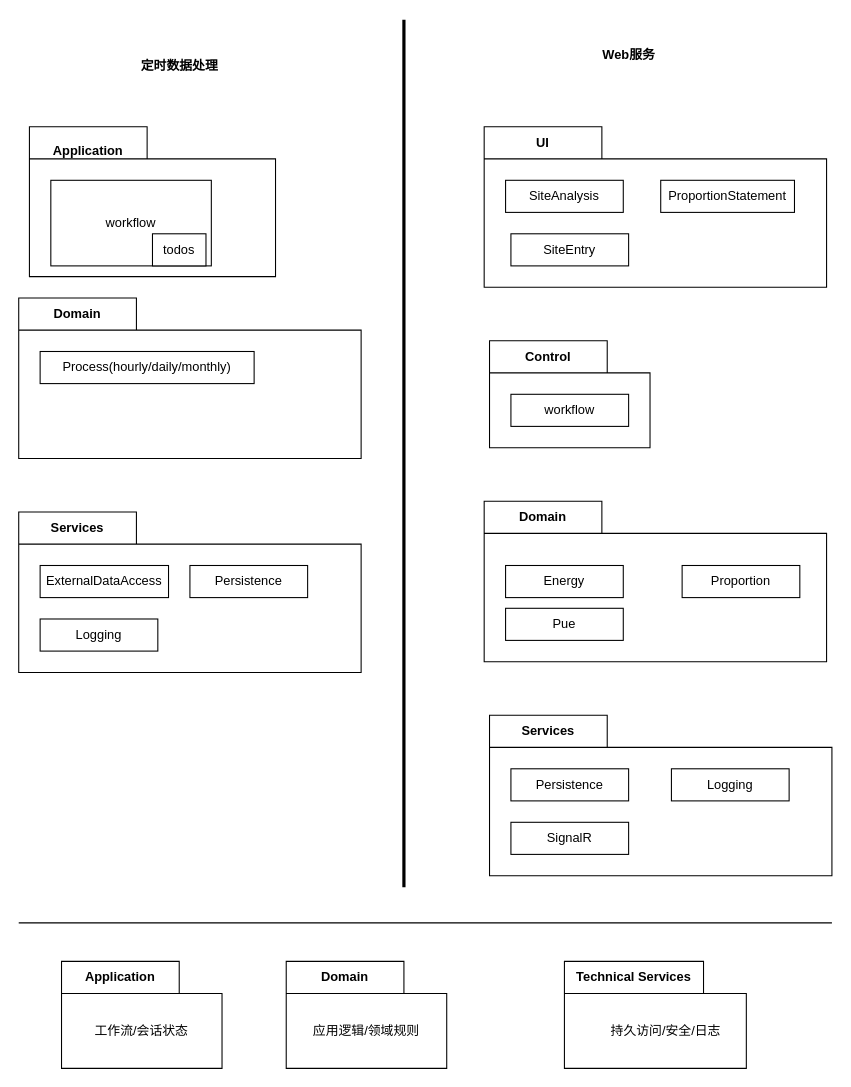
Earlier version of the draw.io diagram page "包图" (3 of 15) of doc/proj/PUE.drawio (ThinkingAgain/PueProject). Source tidied: cells renumbered, new cells numbered last; positions are measured from the earlier drawing's top-left corner, leaving out a move shared by most shapes. Both pictures are drawn from the tidied source at 107%, with x=0, y=0 at pixel (18, 19).
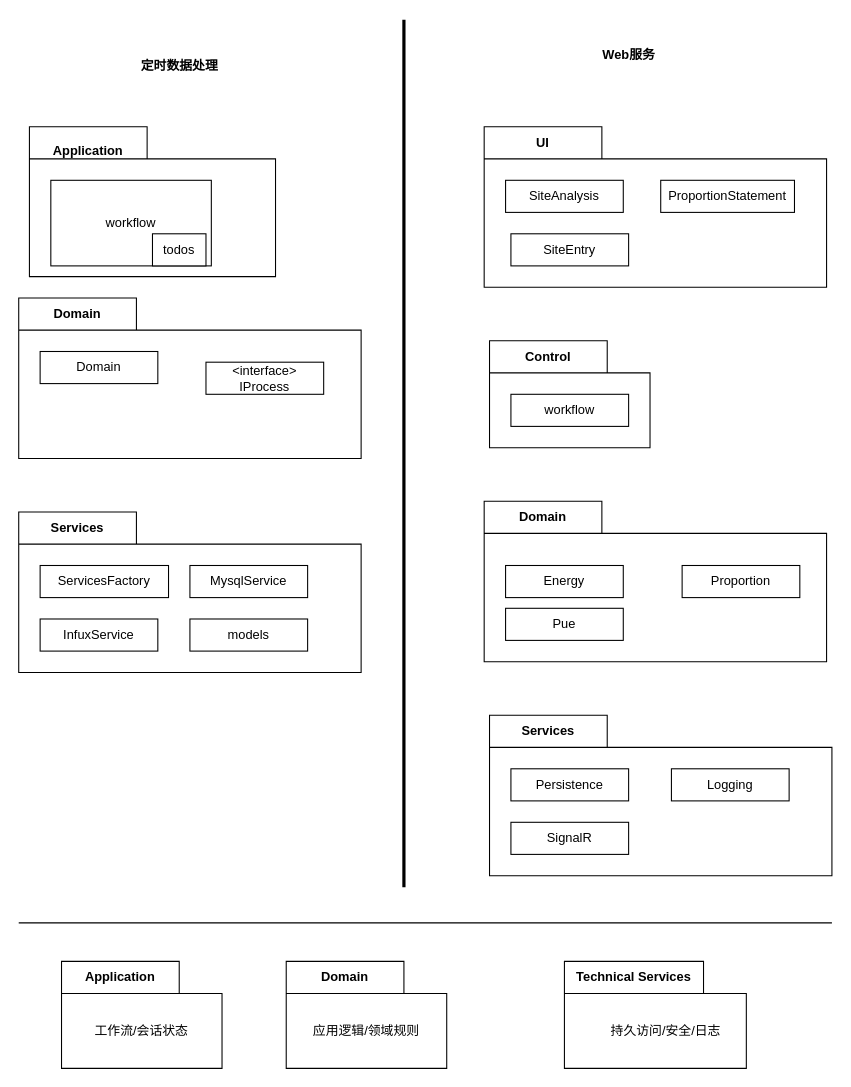
The same diagram, later.

Unchanged cells that the change refers to:
```xml
<mxCell id="2" value="Domain" style="shape=folder;fontStyle=1;tabWidth=110;tabHeight=30;tabPosition=left;html=1;boundedLbl=1;labelInHeader=1;whiteSpace=wrap;" parent="1" vertex="1">
  <mxGeometry y="260" width="320" height="150" as="geometry" />
</mxCell>
<mxCell id="4" value="Services" style="shape=folder;fontStyle=1;tabWidth=110;tabHeight=30;tabPosition=left;html=1;boundedLbl=1;labelInHeader=1;whiteSpace=wrap;" parent="1" vertex="1">
  <mxGeometry y="460" width="320" height="150" as="geometry" />
</mxCell>
```

Change to the diagram source:
```diff
@@
-    <mxCell id="3" value="Process(hourly/daily/monthly)" style="html=1;whiteSpace=wrap;" parent="2" vertex="1">
-      <mxGeometry width="200" height="30" relative="1" as="geometry">
+    <mxCell id="3" value="Domain" style="html=1;whiteSpace=wrap;" parent="2" vertex="1">
+      <mxGeometry width="110" height="30" relative="1" as="geometry">
         <mxPoint x="20" y="50" as="offset" />
       </mxGeometry>
     </mxCell>
+    <mxCell id="35" value="&amp;lt;interface&amp;gt;&lt;div&gt;IProcess&lt;/div&gt;" style="html=1;whiteSpace=wrap;" parent="2" vertex="1">
+      <mxGeometry x="175" y="60" width="110" height="30" as="geometry" />
+    </mxCell>
@@
-    <mxCell id="5" value="ExternalDataAccess" style="html=1;whiteSpace=wrap;" parent="4" vertex="1">
+    <mxCell id="5" value="ServicesFactory" style="html=1;whiteSpace=wrap;" parent="4" vertex="1">
       <mxGeometry width="120" height="30" relative="1" as="geometry">
         <mxPoint x="20" y="50" as="offset" />
       </mxGeometry>
     </mxCell>
-    <mxCell id="6" value="Persistence" style="html=1;whiteSpace=wrap;" parent="4" vertex="1">
+    <mxCell id="6" value="MysqlService" style="html=1;whiteSpace=wrap;" parent="4" vertex="1">
       <mxGeometry x="160" y="50" width="110" height="30" as="geometry" />
     </mxCell>
-    <mxCell id="7" value="Logging" style="html=1;whiteSpace=wrap;" parent="4" vertex="1">
+    <mxCell id="7" value="InfuxService" style="html=1;whiteSpace=wrap;" parent="4" vertex="1">
       <mxGeometry x="20" y="100" width="110" height="30" as="geometry" />
     </mxCell>
+    <mxCell id="36" value="models" style="html=1;whiteSpace=wrap;" parent="4" vertex="1">
+      <mxGeometry x="160" y="100" width="110" height="30" as="geometry" />
+    </mxCell>
```
